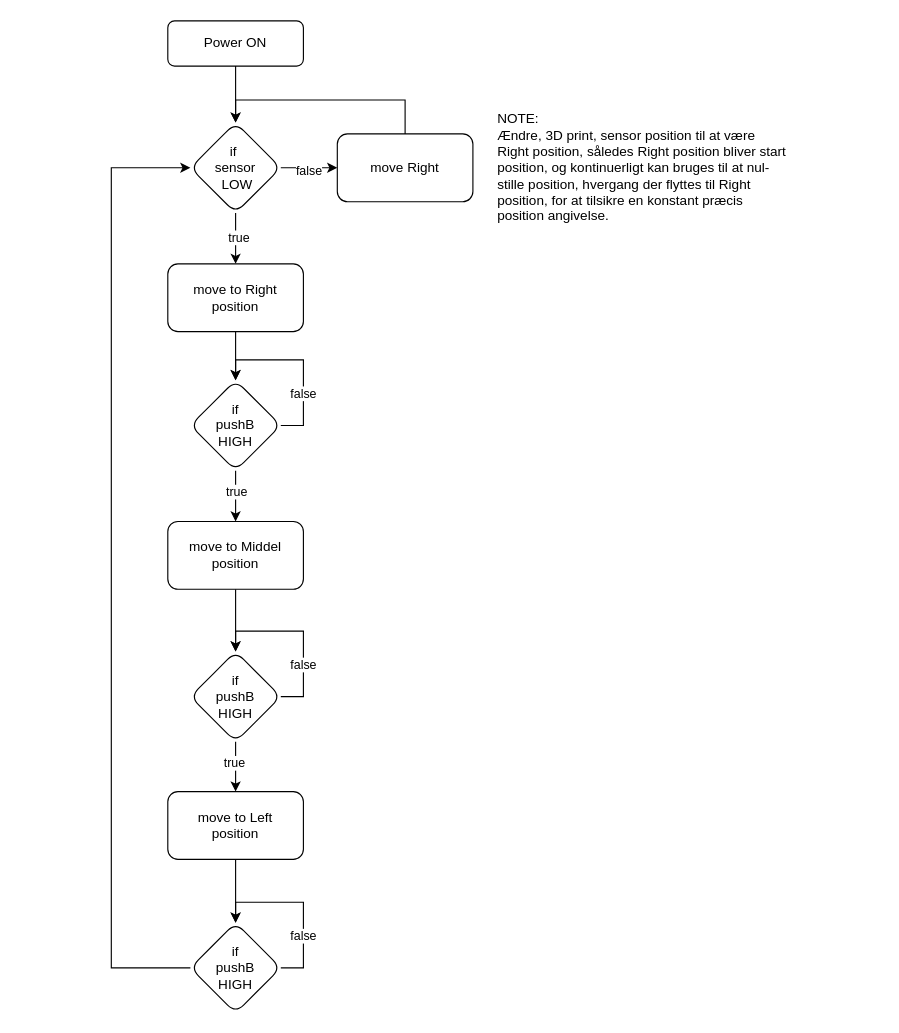
Earlier version of the draw.io diagram Documentation/DTM_FallerCar_Intersection_TEST_01.drawio (HenrikH2011/DTM_Car_System_StepMotor). Source tidied: cells renumbered, new cells numbered last; positions are measured from the earlier drawing's top-left corner, leaving out a move shared by most shapes. Both pictures are drawn from the tidied source at 113%, with x=0, y=0 at pixel (111, 20).
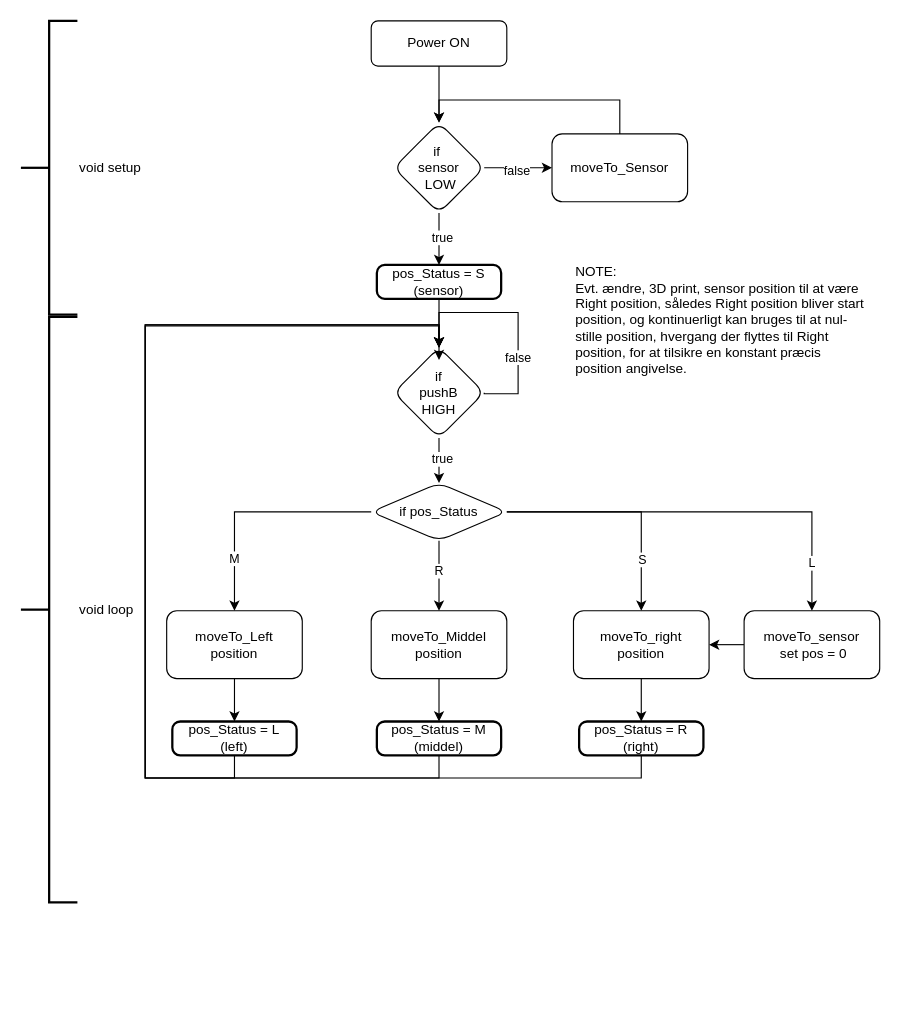
Above is the later version.

What changed in the source:
```diff
@@
     <mxCell id="3" value="Power ON" style="rounded=1;whiteSpace=wrap;html=1;fontSize=12;glass=0;strokeWidth=1;shadow=0;" parent="1" vertex="1">
-      <mxGeometry x="50" width="120" height="40" as="geometry" />
+      <mxGeometry x="230" width="120" height="40" as="geometry" />
     </mxCell>
-    <mxCell id="4" style="edgeStyle=orthogonalEdgeStyle;rounded=0;jettySize=auto;html=1;" parent="1" edge="1" source="8" target="10">
+    <mxCell id="4" style="edgeStyle=orthogonalEdgeStyle;rounded=0;jettySize=auto;html=1;entryX=0.5;entryY=0;entryDx=0;entryDy=0;" parent="1" edge="1" source="8" target="37">
       <mxGeometry relative="1" as="geometry" />
     </mxCell>
@@
     <mxCell id="8" value="if&amp;nbsp;&lt;div&gt;sensor&lt;div&gt;&amp;nbsp;LOW&lt;/div&gt;&lt;/div&gt;" style="rhombus;whiteSpace=wrap;html=1;rounded=1;glass=0;strokeWidth=1;shadow=0;" parent="1" vertex="1">
-      <mxGeometry x="70" y="90" width="80" height="80" as="geometry" />
+      <mxGeometry x="250" y="90" width="80" height="80" as="geometry" />
     </mxCell>
-    <mxCell id="9" style="edgeStyle=orthogonalEdgeStyle;rounded=0;jettySize=auto;html=1;" parent="1" edge="1" source="10" target="15">
-      <mxGeometry relative="1" as="geometry" />
-    </mxCell>
-    <mxCell id="10" value="move to Right&lt;div&gt;position&lt;/div&gt;" style="whiteSpace=wrap;html=1;rounded=1;glass=0;strokeWidth=1;shadow=0;" parent="1" vertex="1">
-      <mxGeometry x="50" y="215" width="120" height="60" as="geometry" />
-    </mxCell>
     <mxCell id="11" style="edgeStyle=orthogonalEdgeStyle;rounded=0;jettySize=auto;html=1;exitX=0.5;exitY=0;exitDx=0;exitDy=0;entryX=0.5;entryY=0;entryDx=0;entryDy=0;" parent="1" edge="1" source="12" target="8">
       <mxGeometry relative="1" as="geometry">
         <Array as="points">
-          <mxPoint x="260" y="70" />
-          <mxPoint x="110" y="70" />
+          <mxPoint x="450" y="70" />
+          <mxPoint x="290" y="70" />
         </Array>
       </mxGeometry>
     </mxCell>
-    <mxCell id="12" value="move Right" style="whiteSpace=wrap;html=1;rounded=1;glass=0;strokeWidth=1;shadow=0;" parent="1" vertex="1">
-      <mxGeometry x="200" y="100" width="120" height="60" as="geometry" />
+    <mxCell id="12" value="moveTo_Sensor" style="whiteSpace=wrap;html=1;rounded=1;glass=0;strokeWidth=1;shadow=0;" parent="1" vertex="1">
+      <mxGeometry x="390" y="100" width="120" height="60" as="geometry" />
     </mxCell>
-    <mxCell id="13" style="edgeStyle=orthogonalEdgeStyle;rounded=0;jettySize=auto;html=1;" parent="1" edge="1" source="15" target="19">
-      <mxGeometry relative="1" as="geometry" />
-    </mxCell>
-    <mxCell id="14" value="true" style="edgeLabel;html=1;align=center;verticalAlign=middle;" parent="13" vertex="1">
-      <mxGeometry x="-0.18" relative="1" as="geometry" />
-    </mxCell>
+    <mxCell id="32" style="edgeStyle=orthogonalEdgeStyle;rounded=0;jettySize=auto;html=1;" parent="1" edge="1" source="15" target="47">
+      <mxGeometry relative="1" as="geometry" />
+    </mxCell>
+    <mxCell id="33" value="true" style="edgeLabel;html=1;align=center;verticalAlign=middle;" parent="32" vertex="1">
+      <mxGeometry x="-0.11" y="2" relative="1" as="geometry" />
+    </mxCell>
     <mxCell id="15" value="if&lt;div&gt;pushB&lt;/div&gt;&lt;div&gt;HIGH&lt;/div&gt;" style="rhombus;whiteSpace=wrap;html=1;rounded=1;glass=0;strokeWidth=1;shadow=0;" parent="1" vertex="1">
-      <mxGeometry x="70" y="318" width="80" height="80" as="geometry" />
+      <mxGeometry x="250" y="289" width="80" height="80" as="geometry" />
     </mxCell>
     <mxCell id="16" style="edgeStyle=orthogonalEdgeStyle;rounded=0;orthogonalLoop=1;jettySize=auto;html=1;exitX=1;exitY=0.5;exitDx=0;exitDy=0;entryX=0.5;entryY=0;entryDx=0;entryDy=0;" parent="1" edge="1" source="15" target="15">
       <mxGeometry relative="1" as="geometry">
         <Array as="points">
-          <mxPoint x="170" y="358" />
-          <mxPoint x="170" y="300" />
-          <mxPoint x="110" y="300" />
+          <mxPoint x="330" y="330" />
+          <mxPoint x="360" y="330" />
+          <mxPoint x="360" y="258" />
+          <mxPoint x="290" y="258" />
         </Array>
       </mxGeometry>
     </mxCell>
@@
-    <mxCell id="18" style="edgeStyle=orthogonalEdgeStyle;rounded=0;jettySize=auto;html=1;exitX=0.5;exitY=1;exitDx=0;exitDy=0;entryX=0.5;entryY=0;entryDx=0;entryDy=0;" parent="1" edge="1" source="19" target="22">
-      <mxGeometry relative="1" as="geometry" />
-    </mxCell>
+    <mxCell id="34" style="edgeStyle=orthogonalEdgeStyle;rounded=0;jettySize=auto;html=1;exitX=0.5;exitY=1;exitDx=0;exitDy=0;entryX=0.5;entryY=0;entryDx=0;entryDy=0;" parent="1" edge="1" source="19" target="51">
+      <mxGeometry relative="1" as="geometry" />
+    </mxCell>
-    <mxCell id="19" value="move to Middel&lt;div&gt;position&lt;/div&gt;" style="whiteSpace=wrap;html=1;rounded=1;glass=0;strokeWidth=1;shadow=0;" parent="1" vertex="1">
-      <mxGeometry x="50" y="443" width="120" height="60" as="geometry" />
+    <mxCell id="19" value="moveTo_Middel&lt;div&gt;position&lt;/div&gt;" style="whiteSpace=wrap;html=1;rounded=1;glass=0;strokeWidth=1;shadow=0;" parent="1" vertex="1">
+      <mxGeometry x="230" y="522" width="120" height="60" as="geometry" />
     </mxCell>
-    <mxCell id="20" style="edgeStyle=orthogonalEdgeStyle;rounded=0;jettySize=auto;html=1;" parent="1" edge="1" source="22" target="26">
-      <mxGeometry relative="1" as="geometry" />
-    </mxCell>
-    <mxCell id="21" value="true" style="edgeLabel;html=1;align=center;verticalAlign=middle;" parent="20" vertex="1">
-      <mxGeometry x="-0.19" y="-2" relative="1" as="geometry" />
-    </mxCell>
-    <mxCell id="22" value="if&lt;div&gt;pushB&lt;/div&gt;&lt;div&gt;HIGH&lt;/div&gt;" style="rhombus;whiteSpace=wrap;html=1;rounded=1;glass=0;strokeWidth=1;shadow=0;" parent="1" vertex="1">
-      <mxGeometry x="70" y="558" width="80" height="80" as="geometry" />
-    </mxCell>
-    <mxCell id="23" style="edgeStyle=orthogonalEdgeStyle;rounded=0;orthogonalLoop=1;jettySize=auto;html=1;exitX=1;exitY=0.5;exitDx=0;exitDy=0;entryX=0.5;entryY=0;entryDx=0;entryDy=0;" parent="1" edge="1" source="22" target="22">
-      <mxGeometry relative="1" as="geometry">
-        <Array as="points">
-          <mxPoint x="170" y="598" />
-          <mxPoint x="170" y="540" />
-          <mxPoint x="110" y="540" />
-        </Array>
-      </mxGeometry>
-    </mxCell>
-    <mxCell id="24" value="false" style="edgeLabel;html=1;align=center;verticalAlign=middle;" parent="23" vertex="1">
-      <mxGeometry x="-0.37" y="1" relative="1" as="geometry" />
-    </mxCell>
-    <mxCell id="25" style="edgeStyle=orthogonalEdgeStyle;rounded=0;jettySize=auto;html=1;exitX=0.5;exitY=1;exitDx=0;exitDy=0;entryX=0.5;entryY=0;entryDx=0;entryDy=0;" parent="1" edge="1" source="26" target="28">
-      <mxGeometry relative="1" as="geometry" />
-    </mxCell>
+    <mxCell id="35" style="edgeStyle=orthogonalEdgeStyle;rounded=0;jettySize=auto;html=1;exitX=0.5;exitY=1;exitDx=0;exitDy=0;entryX=0.5;entryY=0;entryDx=0;entryDy=0;" parent="1" edge="1" source="26" target="53">
+      <mxGeometry relative="1" as="geometry" />
+    </mxCell>
-    <mxCell id="26" value="move to Left&lt;div&gt;position&lt;/div&gt;" style="whiteSpace=wrap;html=1;rounded=1;glass=0;strokeWidth=1;shadow=0;" parent="1" vertex="1">
-      <mxGeometry x="50" y="682" width="120" height="60" as="geometry" />
+    <mxCell id="26" value="moveTo_Left&lt;div&gt;position&lt;/div&gt;" style="whiteSpace=wrap;html=1;rounded=1;glass=0;strokeWidth=1;shadow=0;" parent="1" vertex="1">
+      <mxGeometry x="49" y="522" width="120" height="60" as="geometry" />
     </mxCell>
-    <mxCell id="27" style="edgeStyle=orthogonalEdgeStyle;rounded=0;jettySize=auto;html=1;exitX=0;exitY=0.5;exitDx=0;exitDy=0;entryX=0;entryY=0.5;entryDx=0;entryDy=0;" parent="1" edge="1" source="28" target="8">
-      <mxGeometry relative="1" as="geometry">
-        <Array as="points">
-          <mxPoint y="838" />
-          <mxPoint y="130" />
-        </Array>
-      </mxGeometry>
-    </mxCell>
-    <mxCell id="28" value="if&lt;div&gt;pushB&lt;/div&gt;&lt;div&gt;HIGH&lt;/div&gt;" style="rhombus;whiteSpace=wrap;html=1;rounded=1;glass=0;strokeWidth=1;shadow=0;" parent="1" vertex="1">
-      <mxGeometry x="70" y="798" width="80" height="80" as="geometry" />
-    </mxCell>
-    <mxCell id="29" style="edgeStyle=orthogonalEdgeStyle;rounded=0;orthogonalLoop=1;jettySize=auto;html=1;exitX=1;exitY=0.5;exitDx=0;exitDy=0;entryX=0.5;entryY=0;entryDx=0;entryDy=0;" parent="1" edge="1" source="28" target="28">
-      <mxGeometry relative="1" as="geometry">
-        <Array as="points">
-          <mxPoint x="170" y="838" />
-          <mxPoint x="170" y="780" />
-          <mxPoint x="110" y="780" />
-        </Array>
-      </mxGeometry>
-    </mxCell>
-    <mxCell id="30" value="false" style="edgeLabel;html=1;align=center;verticalAlign=middle;" parent="29" vertex="1">
-      <mxGeometry x="-0.37" y="1" relative="1" as="geometry" />
-    </mxCell>
-    <mxCell id="31" value="&lt;div&gt;NOTE:&lt;/div&gt;Ændre, 3D print, sensor position til at være Right position, således Right position bliver start position, og kontinuerligt kan bruges til at nul-stille position, hvergang der flyttes til Right position, for at tilsikre en konstant præcis position angivelse." style="text;html=1;align=left;verticalAlign=middle;whiteSpace=wrap;rounded=0;" parent="1" vertex="1">
-      <mxGeometry x="340" y="65" width="260" height="130" as="geometry" />
+    <mxCell id="31" value="&lt;div&gt;NOTE:&lt;/div&gt;Evt. ændre, 3D print, sensor position til at være Right position, således Right position bliver start position, og kontinuerligt kan bruges til at nul-stille position, hvergang der flyttes til Right position, for at tilsikre en konstant præcis position angivelse." style="text;html=1;align=left;verticalAlign=middle;whiteSpace=wrap;rounded=0;" parent="1" vertex="1">
+      <mxGeometry x="409" y="200" width="260" height="130" as="geometry" />
     </mxCell>
+    <mxCell id="36" style="edgeStyle=orthogonalEdgeStyle;rounded=0;jettySize=auto;html=1;exitX=0.5;exitY=1;exitDx=0;exitDy=0;entryX=0.5;entryY=0;entryDx=0;entryDy=0;" parent="1" edge="1" source="37" target="15">
+      <mxGeometry relative="1" as="geometry" />
+    </mxCell>
+    <mxCell id="37" value="pos_Status = S&lt;div&gt;(sensor)&lt;/div&gt;" style="rounded=1;whiteSpace=wrap;html=1;absoluteArcSize=1;arcSize=14;strokeWidth=2;" parent="1" vertex="1">
+      <mxGeometry x="235" y="216" width="110" height="30" as="geometry" />
+    </mxCell>
+    <mxCell id="38" value="pos_Status = R&lt;div&gt;(right)&lt;/div&gt;" style="rounded=1;whiteSpace=wrap;html=1;absoluteArcSize=1;arcSize=14;strokeWidth=2;" parent="1" vertex="1">
+      <mxGeometry x="414" y="620" width="110" height="30" as="geometry" />
+    </mxCell>
+    <mxCell id="39" style="edgeStyle=orthogonalEdgeStyle;rounded=0;jettySize=auto;html=1;exitX=0;exitY=0.5;exitDx=0;exitDy=0;entryX=0.5;entryY=0;entryDx=0;entryDy=0;" parent="1" edge="1" source="47" target="26">
+      <mxGeometry relative="1" as="geometry" />
+    </mxCell>
+    <mxCell id="40" value="M" style="edgeLabel;html=1;align=center;verticalAlign=middle;" parent="39" vertex="1">
+      <mxGeometry x="0.55" y="-1" relative="1" as="geometry" />
+    </mxCell>
+    <mxCell id="41" style="edgeStyle=orthogonalEdgeStyle;rounded=0;jettySize=auto;html=1;exitX=0.5;exitY=1;exitDx=0;exitDy=0;entryX=0.5;entryY=0;entryDx=0;entryDy=0;" parent="1" edge="1" source="47" target="19">
+      <mxGeometry relative="1" as="geometry" />
+    </mxCell>
+    <mxCell id="42" value="R" style="edgeLabel;html=1;align=center;verticalAlign=middle;" parent="41" vertex="1">
+      <mxGeometry x="-0.15" y="-1" relative="1" as="geometry" />
+    </mxCell>
+    <mxCell id="43" style="edgeStyle=orthogonalEdgeStyle;rounded=0;jettySize=auto;html=1;exitX=1;exitY=0.5;exitDx=0;exitDy=0;entryX=0.5;entryY=0;entryDx=0;entryDy=0;" parent="1" edge="1" source="47" target="49">
+      <mxGeometry relative="1" as="geometry" />
+    </mxCell>
+    <mxCell id="44" value="S" style="edgeLabel;html=1;align=center;verticalAlign=middle;" parent="43" vertex="1">
+      <mxGeometry x="0.56" relative="1" as="geometry" />
+    </mxCell>
+    <mxCell id="45" style="edgeStyle=orthogonalEdgeStyle;rounded=0;jettySize=auto;html=1;exitX=1;exitY=0.5;exitDx=0;exitDy=0;entryX=0.5;entryY=0;entryDx=0;entryDy=0;" parent="1" edge="1" source="47" target="58">
+      <mxGeometry relative="1" as="geometry" />
+    </mxCell>
+    <mxCell id="46" value="L" style="edgeLabel;html=1;align=center;verticalAlign=middle;" parent="45" vertex="1">
+      <mxGeometry x="0.76" y="-1" relative="1" as="geometry" />
+    </mxCell>
+    <mxCell id="47" value="if pos_Status" style="rhombus;whiteSpace=wrap;html=1;rounded=1;glass=0;strokeWidth=1;shadow=0;" parent="1" vertex="1">
+      <mxGeometry x="230" y="409" width="120" height="51" as="geometry" />
+    </mxCell>
+    <mxCell id="48" style="edgeStyle=orthogonalEdgeStyle;rounded=0;jettySize=auto;html=1;exitX=0.5;exitY=1;exitDx=0;exitDy=0;entryX=0.5;entryY=0;entryDx=0;entryDy=0;" parent="1" edge="1" source="49" target="38">
+      <mxGeometry relative="1" as="geometry" />
+    </mxCell>
+    <mxCell id="49" value="moveTo_right&lt;div&gt;position&lt;/div&gt;" style="whiteSpace=wrap;html=1;rounded=1;glass=0;strokeWidth=1;shadow=0;" parent="1" vertex="1">
+      <mxGeometry x="409" y="522" width="120" height="60" as="geometry" />
+    </mxCell>
+    <mxCell id="50" style="edgeStyle=orthogonalEdgeStyle;rounded=0;jettySize=auto;html=1;exitX=0.5;exitY=1;exitDx=0;exitDy=0;entryX=0.5;entryY=0;entryDx=0;entryDy=0;" parent="1" edge="1" source="51" target="15">
+      <mxGeometry relative="1" as="geometry">
+        <Array as="points">
+          <mxPoint x="290" y="670" />
+          <mxPoint x="30" y="670" />
+          <mxPoint x="30" y="269" />
+          <mxPoint x="290" y="269" />
+        </Array>
+      </mxGeometry>
+    </mxCell>
+    <mxCell id="51" value="pos_Status = M&lt;div&gt;(middel)&lt;/div&gt;" style="rounded=1;whiteSpace=wrap;html=1;absoluteArcSize=1;arcSize=14;strokeWidth=2;" parent="1" vertex="1">
+      <mxGeometry x="235" y="620" width="110" height="30" as="geometry" />
+    </mxCell>
+    <mxCell id="52" style="edgeStyle=orthogonalEdgeStyle;rounded=0;jettySize=auto;html=1;exitX=0.5;exitY=1;exitDx=0;exitDy=0;entryX=0.5;entryY=0;entryDx=0;entryDy=0;" parent="1" edge="1" source="53" target="15">
+      <mxGeometry relative="1" as="geometry">
+        <Array as="points">
+          <mxPoint x="109" y="670" />
+          <mxPoint x="30" y="670" />
+          <mxPoint x="30" y="269" />
+          <mxPoint x="290" y="269" />
+        </Array>
+      </mxGeometry>
+    </mxCell>
+    <mxCell id="53" value="pos_Status = L&lt;div&gt;(left)&lt;/div&gt;" style="rounded=1;whiteSpace=wrap;html=1;absoluteArcSize=1;arcSize=14;strokeWidth=2;" parent="1" vertex="1">
+      <mxGeometry x="54" y="620" width="110" height="30" as="geometry" />
+    </mxCell>
+    <mxCell id="54" value="void setup" style="strokeWidth=2;html=1;shape=mxgraph.flowchart.annotation_2;align=left;labelPosition=right;" parent="1" vertex="1">
+      <mxGeometry x="-80" width="50" height="260" as="geometry" />
+    </mxCell>
+    <mxCell id="55" value="void loop" style="strokeWidth=2;html=1;shape=mxgraph.flowchart.annotation_2;align=left;labelPosition=right;" parent="1" vertex="1">
+      <mxGeometry x="-80" y="262" width="50" height="518" as="geometry" />
+    </mxCell>
+    <mxCell id="56" style="edgeStyle=orthogonalEdgeStyle;rounded=0;jettySize=auto;html=1;exitX=0.5;exitY=1;exitDx=0;exitDy=0;entryX=0.5;entryY=0.138;entryDx=0;entryDy=0;entryPerimeter=0;" parent="1" edge="1" source="38" target="15">
+      <mxGeometry relative="1" as="geometry">
+        <Array as="points">
+          <mxPoint x="469" y="670" />
+          <mxPoint x="30" y="670" />
+          <mxPoint x="30" y="270" />
+          <mxPoint x="290" y="270" />
+        </Array>
+      </mxGeometry>
+    </mxCell>
+    <mxCell id="57" style="edgeStyle=orthogonalEdgeStyle;rounded=0;jettySize=auto;html=1;exitX=0;exitY=0.5;exitDx=0;exitDy=0;entryX=1;entryY=0.5;entryDx=0;entryDy=0;" parent="1" edge="1" source="58" target="49">
+      <mxGeometry relative="1" as="geometry" />
+    </mxCell>
+    <mxCell id="58" value="moveTo_sensor&lt;div&gt;&amp;nbsp;set pos = 0&lt;/div&gt;" style="whiteSpace=wrap;html=1;rounded=1;glass=0;strokeWidth=1;shadow=0;" parent="1" vertex="1">
+      <mxGeometry x="560" y="522" width="120" height="60" as="geometry" />
+    </mxCell>
```
